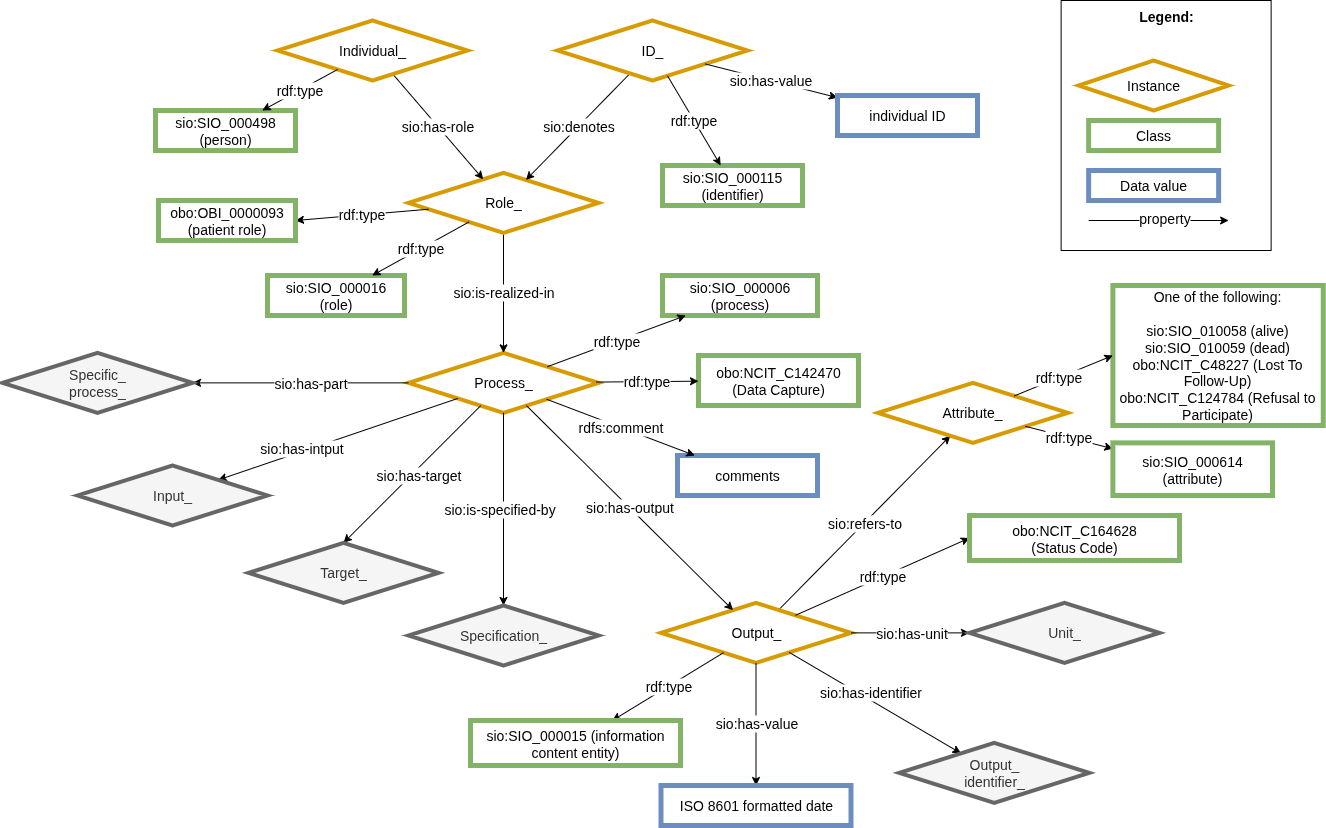
Earlier version of the draw.io export images/CARE-SM-Status.drawio.png (CARE-SM/CARE-Semantic-Model). Source tidied: cells renumbered, new cells last; positions are measured from the earlier drawing's top-left corner, leaving out a move shared by most shapes.
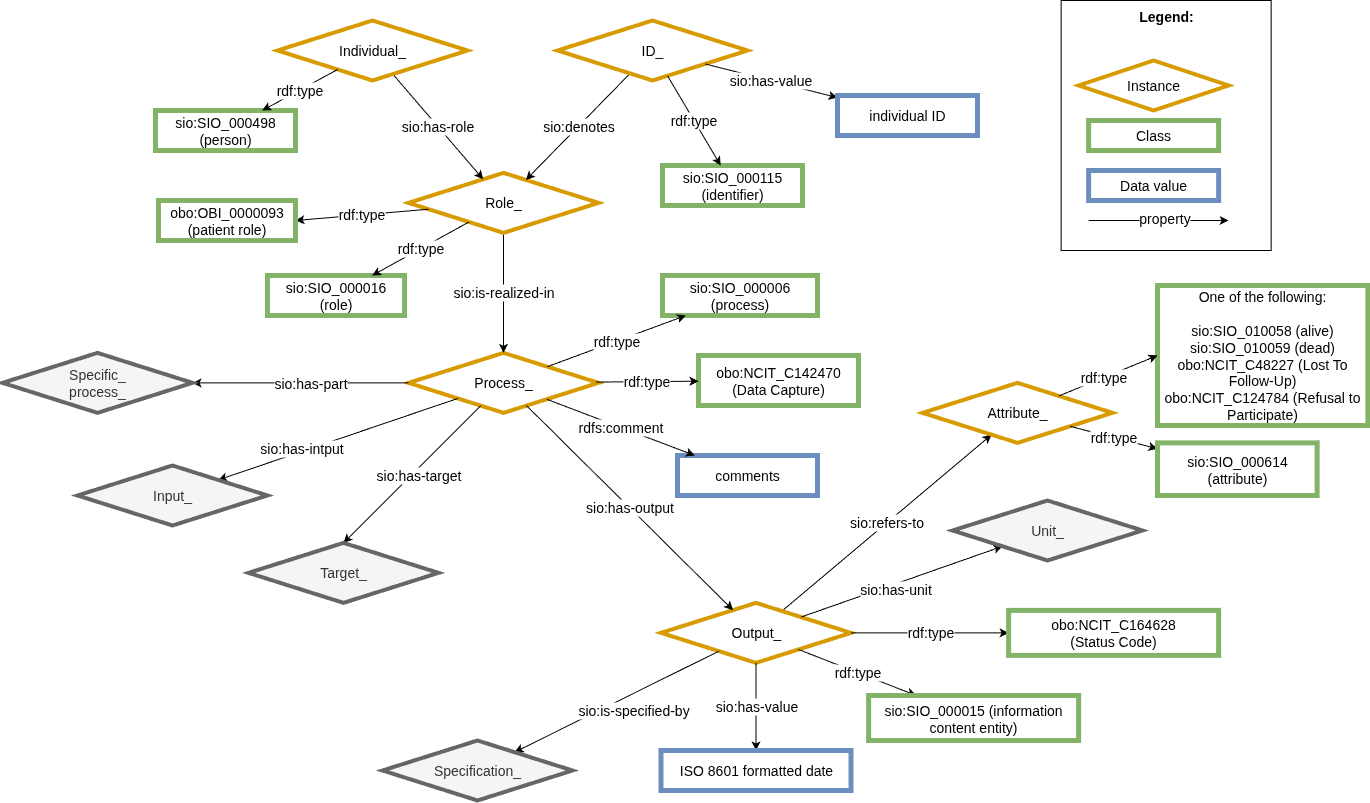
After the commit.

What changed in the source:
```diff
@@ -21,7 +21,7 @@
       <mxGeometry relative="1" as="geometry" />
     </mxCell>
     <mxCell id="8" value="&lt;font style=&quot;font-size: 14px;&quot;&gt;sio:SIO_000015 (information content entity)&lt;/font&gt;" style="whiteSpace=wrap;html=1;fillColor=#FFFFFF;strokeColor=#82b366;strokeWidth=5;fontSize=14;" parent="1" vertex="1">
-      <mxGeometry x="468" y="720" width="210" height="45" as="geometry" />
+      <mxGeometry x="866.1" y="695" width="210" height="45" as="geometry" />
     </mxCell>
     <mxCell id="9" value="Role_" style="rhombus;whiteSpace=wrap;html=1;fillColor=#FFFFFF;strokeColor=#D79B00;perimeter=rhombusPerimeter;arcSize=20;comic=0;enumerate=0;strokeWidth=4;rounded=0;fontSize=14;" parent="1" vertex="1">
       <mxGeometry x="406" y="172.4" width="190" height="60" as="geometry" />
@@ -39,13 +39,13 @@
       <mxGeometry x="275" y="20" width="190" height="60" as="geometry" />
     </mxCell>
     <mxCell id="14" value="Attribute_" style="rhombus;whiteSpace=wrap;html=1;fillColor=#FFFFFF;strokeColor=#D79B00;perimeter=rhombusPerimeter;arcSize=20;comic=0;enumerate=0;strokeWidth=4;rounded=0;fontSize=14;" parent="1" vertex="1">
-      <mxGeometry x="875.4" y="382.4" width="190" height="60" as="geometry" />
+      <mxGeometry x="920" y="382.4" width="190" height="60" as="geometry" />
     </mxCell>
     <mxCell id="15" value="rdf:type" style="edgeStyle=none;rounded=0;jettySize=auto;html=1;fontSize=14;" parent="1" edge="1" source="14" target="16">
       <mxGeometry relative="1" as="geometry" />
     </mxCell>
     <mxCell id="16" value="sio:SIO_000614 (attribute)" style="whiteSpace=wrap;html=1;fillColor=#FFFFFF;strokeColor=#82b366;strokeWidth=5;fontSize=14;" parent="1" vertex="1">
-      <mxGeometry x="1110.4" y="442.4" width="159.6" height="52.6" as="geometry" />
+      <mxGeometry x="1155" y="442.4" width="159.6" height="52.6" as="geometry" />
     </mxCell>
     <mxCell id="17" value="sio:SIO_000016 (role)" style="whiteSpace=wrap;html=1;fillColor=#FFFFFF;strokeColor=#82b366;strokeWidth=5;fontSize=14;" parent="1" vertex="1">
       <mxGeometry x="265" y="275" width="137" height="40" as="geometry" />
@@ -64,7 +64,7 @@
         <mxPoint x="-61" y="18" as="offset" />
       </mxGeometry>
     </mxCell>
-    <mxCell id="22" style="edgeStyle=none;rounded=0;jettySize=auto;html=1;strokeWidth=1;fontSize=14;" parent="1" edge="1" source="4" target="24">
+    <mxCell id="22" style="edgeStyle=none;rounded=0;jettySize=auto;html=1;strokeWidth=1;fontSize=14;" parent="1" edge="1" source="3" target="24">
       <mxGeometry relative="1" as="geometry" />
     </mxCell>
     <mxCell id="23" value="sio:is-specified-by" style="edgeLabel;html=1;align=center;verticalAlign=middle;fontSize=14;" parent="22" vertex="1">
@@ -73,7 +73,7 @@
       </mxGeometry>
     </mxCell>
     <mxCell id="24" value="Specification_" style="rhombus;whiteSpace=wrap;html=1;fillColor=#f5f5f5;strokeColor=#666666;perimeter=rhombusPerimeter;arcSize=20;comic=0;enumerate=0;strokeWidth=4;rounded=0;fontSize=14;fontColor=#333333;" parent="1" vertex="1">
-      <mxGeometry x="406" y="605" width="190" height="60" as="geometry" />
+      <mxGeometry x="380" y="740" width="190" height="60" as="geometry" />
     </mxCell>
     <mxCell id="25" value="Input_" style="rhombus;whiteSpace=wrap;html=1;fillColor=#f5f5f5;strokeColor=#666666;perimeter=rhombusPerimeter;arcSize=20;comic=0;enumerate=0;strokeWidth=4;rounded=0;fontSize=14;fontColor=#333333;" parent="1" vertex="1">
       <mxGeometry x="75" y="465" width="190" height="60" as="geometry" />
@@ -87,7 +87,7 @@
       </mxGeometry>
     </mxCell>
     <mxCell id="28" value="Unit_" style="rhombus;whiteSpace=wrap;html=1;fillColor=#f5f5f5;strokeColor=#666666;perimeter=rhombusPerimeter;arcSize=20;comic=0;enumerate=0;strokeWidth=4;rounded=0;fontSize=14;fontColor=#333333;" parent="1" vertex="1">
-      <mxGeometry x="967" y="602.4" width="190" height="60" as="geometry" />
+      <mxGeometry x="950" y="500" width="190" height="60" as="geometry" />
     </mxCell>
     <mxCell id="29" value="&lt;div style=&quot;text-align: left; font-size: 14px;&quot;&gt;&lt;span style=&quot;background-color: initial; font-size: 14px;&quot;&gt;&lt;b style=&quot;font-size: 14px;&quot;&gt;&lt;font style=&quot;font-size: 14px;&quot;&gt;Legend:&lt;/font&gt;&lt;/b&gt;&lt;/span&gt;&lt;/div&gt;&lt;div style=&quot;text-align: left; font-size: 14px;&quot;&gt;&lt;span style=&quot;background-color: initial; font-size: 14px;&quot;&gt;&lt;br style=&quot;font-size: 14px;&quot;&gt;&lt;/span&gt;&lt;/div&gt;&lt;div style=&quot;text-align: left; font-size: 14px;&quot;&gt;&lt;span style=&quot;background-color: initial; font-size: 14px;&quot;&gt;&lt;br style=&quot;font-size: 14px;&quot;&gt;&lt;/span&gt;&lt;/div&gt;&lt;div style=&quot;text-align: left; font-size: 14px;&quot;&gt;&lt;span style=&quot;background-color: initial; font-size: 14px;&quot;&gt;&lt;br style=&quot;font-size: 14px;&quot;&gt;&lt;/span&gt;&lt;/div&gt;&lt;div style=&quot;text-align: left; font-size: 14px;&quot;&gt;&lt;br style=&quot;font-size: 14px;&quot;&gt;&lt;/div&gt;&lt;div style=&quot;text-align: left; font-size: 14px;&quot;&gt;&lt;br style=&quot;font-size: 14px;&quot;&gt;&lt;/div&gt;&lt;div style=&quot;text-align: left; font-size: 14px;&quot;&gt;&lt;br style=&quot;font-size: 14px;&quot;&gt;&lt;/div&gt;&lt;div style=&quot;text-align: left; font-size: 14px;&quot;&gt;&lt;br style=&quot;font-size: 14px;&quot;&gt;&lt;/div&gt;&lt;div style=&quot;text-align: left; font-size: 14px;&quot;&gt;&lt;br style=&quot;font-size: 14px;&quot;&gt;&lt;/div&gt;&lt;div style=&quot;text-align: left; font-size: 14px;&quot;&gt;&lt;span style=&quot;background-color: initial; font-size: 14px;&quot;&gt;&lt;br style=&quot;font-size: 14px;&quot;&gt;&lt;/span&gt;&lt;/div&gt;&lt;div style=&quot;text-align: left; font-size: 14px;&quot;&gt;&lt;span style=&quot;background-color: initial; font-size: 14px;&quot;&gt;&lt;br style=&quot;font-size: 14px;&quot;&gt;&lt;/span&gt;&lt;/div&gt;&lt;div style=&quot;text-align: left; font-size: 14px;&quot;&gt;&lt;span style=&quot;background-color: initial; font-size: 14px;&quot;&gt;&lt;br style=&quot;font-size: 14px;&quot;&gt;&lt;/span&gt;&lt;/div&gt;&lt;div style=&quot;text-align: left; font-size: 14px;&quot;&gt;&lt;span style=&quot;background-color: initial; font-size: 14px;&quot;&gt;&lt;br style=&quot;font-size: 14px;&quot;&gt;&lt;/span&gt;&lt;/div&gt;&lt;div style=&quot;text-align: left; font-size: 14px;&quot;&gt;&lt;span style=&quot;background-color: initial; font-size: 14px;&quot;&gt;&lt;br style=&quot;font-size: 14px;&quot;&gt;&lt;/span&gt;&lt;/div&gt;" style="rounded=0;whiteSpace=wrap;html=1;fontSize=14;" parent="1" vertex="1">
       <mxGeometry x="1058.6" width="210" height="250" as="geometry" />
@@ -135,17 +135,6 @@
     <mxCell id="41" value="Specific_&lt;div&gt;process_&lt;/div&gt;" style="rhombus;whiteSpace=wrap;html=1;fillColor=#f5f5f5;strokeColor=#666666;perimeter=rhombusPerimeter;arcSize=20;comic=0;enumerate=0;strokeWidth=4;rounded=0;fontSize=14;fontColor=#333333;" parent="1" vertex="1">
       <mxGeometry y="352.4" width="190" height="60" as="geometry" />
     </mxCell>
-    <mxCell id="42" style="edgeStyle=none;rounded=0;jettySize=auto;html=1;fontSize=14;" parent="1" edge="1" source="3" target="44">
-      <mxGeometry relative="1" as="geometry" />
-    </mxCell>
-    <mxCell id="43" value="sio:has-identifier" style="edgeLabel;html=1;align=center;verticalAlign=middle;fontSize=14;" parent="42" vertex="1">
-      <mxGeometry x="-0.21" y="-1" relative="1" as="geometry">
-        <mxPoint x="13" y="-1" as="offset" />
-      </mxGeometry>
-    </mxCell>
-    <mxCell id="44" value="Output_&lt;div style=&quot;font-size: 14px;&quot;&gt;identifier_&lt;/div&gt;" style="rhombus;whiteSpace=wrap;html=1;fillColor=#f5f5f5;strokeColor=#666666;perimeter=rhombusPerimeter;arcSize=20;comic=0;enumerate=0;strokeWidth=4;rounded=0;fontSize=14;fontColor=#333333;" parent="1" vertex="1">
-      <mxGeometry x="896.8" y="742.4" width="190" height="60" as="geometry" />
-    </mxCell>
     <mxCell id="45" value="rdf:type" style="edgeStyle=none;rounded=0;jettySize=auto;html=1;fontSize=14;" parent="1" edge="1" source="9" target="17">
       <mxGeometry relative="1" as="geometry" />
     </mxCell>
@@ -156,10 +145,10 @@
       <mxGeometry relative="1" as="geometry" />
     </mxCell>
     <mxCell id="48" value="obo:NCIT_C164628&lt;div&gt;(Status Code)&lt;/div&gt;" style="whiteSpace=wrap;html=1;fillColor=#FFFFFF;strokeColor=#82b366;strokeWidth=5;fontSize=14;" parent="1" vertex="1">
-      <mxGeometry x="967" y="515" width="210" height="45" as="geometry" />
+      <mxGeometry x="1006.1" y="609.9" width="210" height="45" as="geometry" />
     </mxCell>
     <mxCell id="49" value="&lt;span style=&quot;background-color: initial;&quot;&gt;&lt;div style=&quot;&quot;&gt;&lt;div&gt;One of the following:&lt;/div&gt;&lt;div&gt;&lt;br&gt;&lt;/div&gt;&lt;div&gt;sio:SIO_010058 (alive)&lt;/div&gt;&lt;div&gt;sio:SIO_010059 (dead)&lt;/div&gt;&lt;div&gt;obo:NCIT_C48227 (Lost To Follow-Up)&lt;/div&gt;&lt;div&gt;obo:NCIT_C124784 (Refusal to Participate)&lt;/div&gt;&lt;/div&gt;&lt;/span&gt;" style="whiteSpace=wrap;html=1;fillColor=#FFFFFF;strokeColor=#82b366;strokeWidth=5;fontSize=14;" parent="1" vertex="1">
-      <mxGeometry x="1110.4" y="285" width="210.4" height="140" as="geometry" />
+      <mxGeometry x="1155" y="285" width="210.4" height="140" as="geometry" />
     </mxCell>
     <mxCell id="50" value="rdf:type" style="edgeStyle=none;rounded=0;jettySize=auto;html=1;entryX=0;entryY=0.5;entryDx=0;entryDy=0;fontSize=14;" parent="1" edge="1" source="14" target="49">
       <mxGeometry x="-0.09" relative="1" as="geometry" />
@@ -168,7 +157,7 @@
       <mxGeometry relative="1" as="geometry" />
     </mxCell>
     <mxCell id="52" value="&lt;font style=&quot;font-size: 14px;&quot;&gt;ISO 8601 formatted date&lt;/font&gt;" style="whiteSpace=wrap;html=1;fillColor=#FFFFFF;strokeColor=#6c8ebf;strokeWidth=5;fontSize=14;" parent="1" vertex="1">
-      <mxGeometry x="658.5" y="785" width="190" height="40" as="geometry" />
+      <mxGeometry x="658.5" y="750" width="190" height="40" as="geometry" />
     </mxCell>
     <mxCell id="53" value="rdf:type" style="edgeStyle=none;rounded=0;jettySize=auto;html=1;entryX=1;entryY=0.5;entryDx=0;entryDy=0;fontSize=14;" parent="1" edge="1" source="9" target="54">
       <mxGeometry relative="1" as="geometry" />
```
